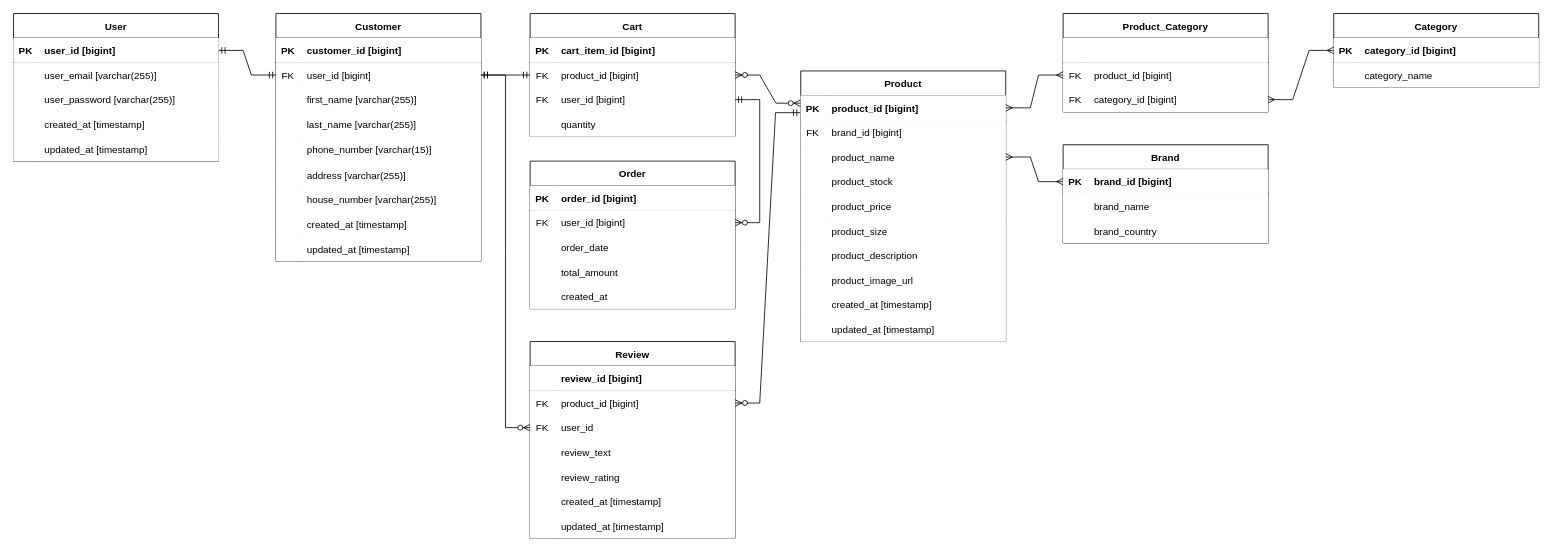
This is docs/Lumina_ERD.drawio from nicholasreinaldo/LuminaEcommerce, a draw.io file, before an edit. Source tidied: cells renumbered, new cells numbered last; positions are measured from the earlier drawing's top-left corner, leaving out a move shared by most shapes. Both pictures are drawn from the tidied source at 82%, with x=0, y=0 at pixel (13, 13).
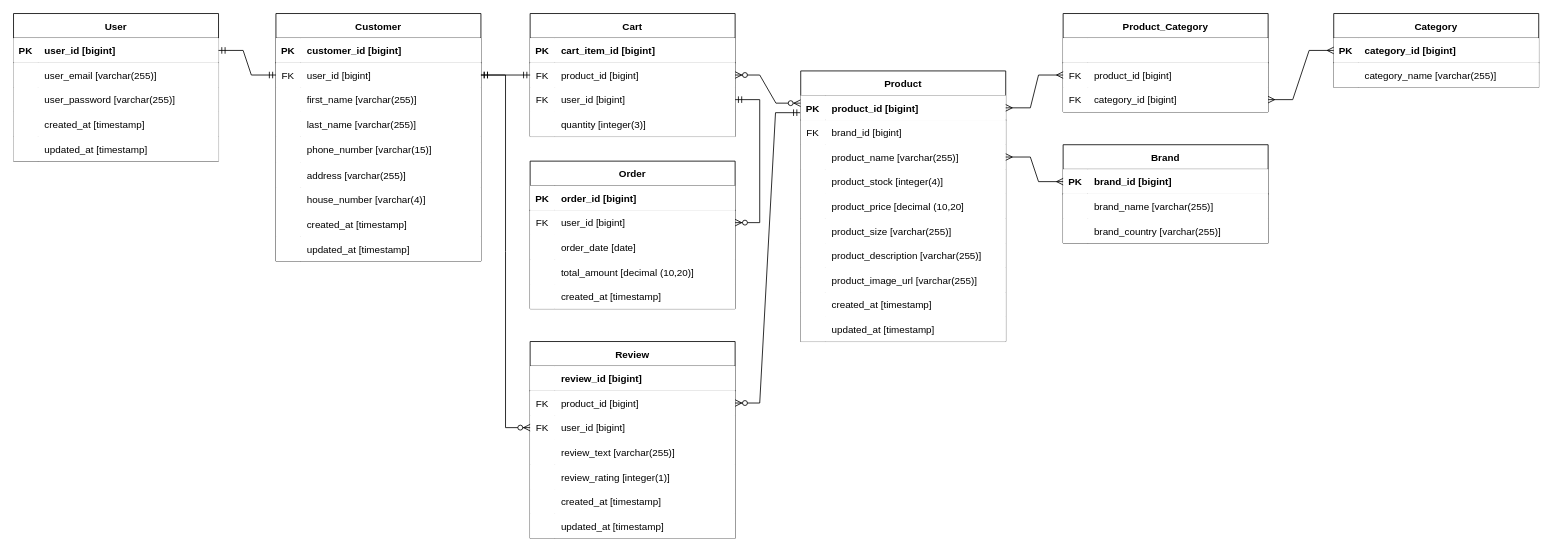
After the change.

The change refers to these unchanged cells:
```xml
<mxCell id="21" style="shape=partialRectangle;fillColor=#FFFFFF;top=0;left=0;right=0;bottom=0;" parent="2" vertex="1">
  <mxGeometry y="212" width="250" height="30" as="geometry" />
</mxCell>
<mxCell id="37" style="shape=partialRectangle;fillColor=#FFFFFF;points=[[0,0.5],[1,0.5]];portConstraint=eastwest;top=0;left=0;right=0;bottom=0;" parent="30" vertex="1">
  <mxGeometry y="90" width="250" height="30" as="geometry" />
</mxCell>
<mxCell id="40" style="shape=partialRectangle;fillColor=#FFFFFF;top=0;left=0;right=0;bottom=0;" parent="30" vertex="1">
  <mxGeometry y="120" width="250" height="30" as="geometry" />
</mxCell>
<mxCell id="43" style="shape=partialRectangle;fillColor=#FFFFFF;top=0;left=0;right=0;bottom=0;" parent="30" vertex="1">
  <mxGeometry y="150" width="250" height="30" as="geometry" />
</mxCell>
<mxCell id="46" style="shape=partialRectangle;fillColor=#FFFFFF;top=0;left=0;right=0;bottom=0;" parent="30" vertex="1">
  <mxGeometry y="180" width="250" height="30" as="geometry" />
</mxCell>
<mxCell id="49" style="shape=partialRectangle;fillColor=#FFFFFF;top=0;left=0;right=0;bottom=0;" parent="30" vertex="1">
  <mxGeometry y="210" width="250" height="30" as="geometry" />
</mxCell>
<mxCell id="52" style="shape=partialRectangle;fillColor=#FFFFFF;top=0;left=0;right=0;bottom=0;" parent="30" vertex="1">
  <mxGeometry y="240" width="250" height="30" as="geometry" />
</mxCell>
<mxCell id="82" style="shape=partialRectangle;fillColor=#FFFFFF;top=0;left=0;right=0;bottom=0;" parent="78" vertex="1">
  <mxGeometry y="60" width="250" height="30" as="geometry" />
</mxCell>
<mxCell id="104" style="shape=partialRectangle;fillColor=#FFFFFF;points=[[0,0.5],[1,0.5]];portConstraint=eastwest;top=0;left=0;right=0;bottom=0;" parent="97" vertex="1">
  <mxGeometry y="90" width="250" height="30" as="geometry" />
</mxCell>
<mxCell id="107" style="shape=partialRectangle;fillColor=#FFFFFF;top=0;left=0;right=0;bottom=0;" parent="97" vertex="1">
  <mxGeometry y="120" width="250" height="30" as="geometry" />
</mxCell>
<mxCell id="110" style="shape=partialRectangle;fillColor=#FFFFFF;top=0;left=0;right=0;bottom=0;" parent="97" vertex="1">
  <mxGeometry y="150" width="250" height="30" as="geometry" />
</mxCell>
<mxCell id="123" style="shape=partialRectangle;fillColor=#FFFFFF;top=0;left=0;right=0;bottom=0;" parent="119" vertex="1">
  <mxGeometry y="60" width="250" height="30" as="geometry" />
</mxCell>
<mxCell id="126" style="shape=partialRectangle;fillColor=#FFFFFF;top=0;left=0;right=0;bottom=0;" parent="119" vertex="1">
  <mxGeometry y="90" width="250" height="30" as="geometry" />
</mxCell>
<mxCell id="139" style="shape=partialRectangle;fillColor=#FFFFFF;top=0;left=0;right=0;bottom=0;" parent="129" vertex="1">
  <mxGeometry y="120" width="250" height="30" as="geometry" />
</mxCell>
<mxCell id="149" style="shape=partialRectangle;fillColor=#FFFFFF;top=0;left=0;right=0;bottom=0;" parent="142" vertex="1">
  <mxGeometry y="90" width="250" height="30" as="geometry" />
</mxCell>
<mxCell id="152" style="shape=partialRectangle;fillColor=#FFFFFF;top=0;left=0;right=0;bottom=0;" parent="142" vertex="1">
  <mxGeometry y="120" width="250" height="30" as="geometry" />
</mxCell>
<mxCell id="155" style="shape=partialRectangle;fillColor=#FFFFFF;top=0;left=0;right=0;bottom=0;" parent="142" vertex="1">
  <mxGeometry y="150" width="250" height="30" as="geometry" />
</mxCell>
```

Diff of the diagram source:
```diff
@@
-    <mxCell id="23" value="house_number [varchar(255)]" style="shape=partialRectangle;overflow=hidden;fillColor=#FFFFFF;top=0;left=0;bottom=0;right=0;align=left;spacingLeft=6;" parent="21" vertex="1">
+    <mxCell id="23" value="house_number [varchar(4)]" style="shape=partialRectangle;overflow=hidden;fillColor=#FFFFFF;top=0;left=0;bottom=0;right=0;align=left;spacingLeft=6;" parent="21" vertex="1">
       <mxGeometry x="30" width="220" height="30" as="geometry" />
     </mxCell>
@@
-    <mxCell id="39" value="product_name" style="shape=partialRectangle;overflow=hidden;fillColor=#FFFFFF;top=0;left=0;bottom=0;right=0;align=left;spacingLeft=6;" parent="37" vertex="1">
+    <mxCell id="39" value="product_name [varchar(255)]" style="shape=partialRectangle;overflow=hidden;fillColor=#FFFFFF;top=0;left=0;bottom=0;right=0;align=left;spacingLeft=6;" parent="37" vertex="1">
       <mxGeometry x="30" width="220" height="30" as="geometry" />
     </mxCell>
@@
-    <mxCell id="42" value="product_stock" style="shape=partialRectangle;overflow=hidden;fillColor=#FFFFFF;top=0;left=0;bottom=0;right=0;align=left;spacingLeft=6;" parent="40" vertex="1">
+    <mxCell id="42" value="product_stock [integer(4)]" style="shape=partialRectangle;overflow=hidden;fillColor=#FFFFFF;top=0;left=0;bottom=0;right=0;align=left;spacingLeft=6;" parent="40" vertex="1">
       <mxGeometry x="30" width="220" height="30" as="geometry" />
     </mxCell>
@@
-    <mxCell id="45" value="product_price" style="shape=partialRectangle;overflow=hidden;fillColor=#FFFFFF;top=0;left=0;bottom=0;right=0;align=left;spacingLeft=6;" parent="43" vertex="1">
+    <mxCell id="45" value="product_price [decimal (10,20]" style="shape=partialRectangle;overflow=hidden;fillColor=#FFFFFF;top=0;left=0;bottom=0;right=0;align=left;spacingLeft=6;" parent="43" vertex="1">
       <mxGeometry x="30" width="220" height="30" as="geometry" />
     </mxCell>
@@
-    <mxCell id="48" value="product_size" style="shape=partialRectangle;overflow=hidden;fillColor=#FFFFFF;top=0;left=0;bottom=0;right=0;align=left;spacingLeft=6;" parent="46" vertex="1">
+    <mxCell id="48" value="product_size [varchar(255)]" style="shape=partialRectangle;overflow=hidden;fillColor=#FFFFFF;top=0;left=0;bottom=0;right=0;align=left;spacingLeft=6;" parent="46" vertex="1">
       <mxGeometry x="30" width="220" height="30" as="geometry" />
     </mxCell>
@@
-    <mxCell id="51" value="product_description" style="shape=partialRectangle;overflow=hidden;fillColor=#FFFFFF;top=0;left=0;bottom=0;right=0;align=left;spacingLeft=6;" parent="49" vertex="1">
+    <mxCell id="51" value="product_description [varchar(255)]" style="shape=partialRectangle;overflow=hidden;fillColor=#FFFFFF;top=0;left=0;bottom=0;right=0;align=left;spacingLeft=6;" parent="49" vertex="1">
       <mxGeometry x="30" width="220" height="30" as="geometry" />
     </mxCell>
@@
-    <mxCell id="54" value="product_image_url" style="shape=partialRectangle;overflow=hidden;fillColor=#FFFFFF;top=0;left=0;bottom=0;right=0;align=left;spacingLeft=6;" parent="52" vertex="1">
+    <mxCell id="54" value="product_image_url [varchar(255)]" style="shape=partialRectangle;overflow=hidden;fillColor=#FFFFFF;top=0;left=0;bottom=0;right=0;align=left;spacingLeft=6;" parent="52" vertex="1">
       <mxGeometry x="30" width="220" height="30" as="geometry" />
     </mxCell>
@@
-    <mxCell id="84" value="category_name" style="shape=partialRectangle;overflow=hidden;fillColor=#FFFFFF;top=0;left=0;bottom=0;right=0;align=left;spacingLeft=6;" parent="82" vertex="1">
+    <mxCell id="84" value="category_name [varchar(255)]" style="shape=partialRectangle;overflow=hidden;fillColor=#FFFFFF;top=0;left=0;bottom=0;right=0;align=left;spacingLeft=6;" parent="82" vertex="1">
       <mxGeometry x="30" width="220" height="30" as="geometry" />
     </mxCell>
@@
-    <mxCell id="106" value="user_id" style="shape=partialRectangle;overflow=hidden;fillColor=#FFFFFF;top=0;left=0;bottom=0;right=0;align=left;spacingLeft=6;" parent="104" vertex="1">
+    <mxCell id="106" value="user_id [bigint]" style="shape=partialRectangle;overflow=hidden;fillColor=#FFFFFF;top=0;left=0;bottom=0;right=0;align=left;spacingLeft=6;" parent="104" vertex="1">
       <mxGeometry x="30" width="220" height="30" as="geometry" />
     </mxCell>
@@
-    <mxCell id="109" value="review_text" style="shape=partialRectangle;overflow=hidden;fillColor=#FFFFFF;top=0;left=0;bottom=0;right=0;align=left;spacingLeft=6;" parent="107" vertex="1">
+    <mxCell id="109" value="review_text [varchar(255)]" style="shape=partialRectangle;overflow=hidden;fillColor=#FFFFFF;top=0;left=0;bottom=0;right=0;align=left;spacingLeft=6;" parent="107" vertex="1">
       <mxGeometry x="30" width="220" height="30" as="geometry" />
     </mxCell>
@@
-    <mxCell id="112" value="review_rating" style="shape=partialRectangle;overflow=hidden;fillColor=#FFFFFF;top=0;left=0;bottom=0;right=0;align=left;spacingLeft=6;" parent="110" vertex="1">
+    <mxCell id="112" value="review_rating [integer(1)]" style="shape=partialRectangle;overflow=hidden;fillColor=#FFFFFF;top=0;left=0;bottom=0;right=0;align=left;spacingLeft=6;" parent="110" vertex="1">
       <mxGeometry x="30" width="220" height="30" as="geometry" />
     </mxCell>
@@
-    <mxCell id="125" value="brand_name" style="shape=partialRectangle;overflow=hidden;fillColor=#FFFFFF;top=0;left=0;bottom=0;right=0;align=left;spacingLeft=6;" parent="123" vertex="1">
+    <mxCell id="125" value="brand_name [varchar(255)] " style="shape=partialRectangle;overflow=hidden;fillColor=#FFFFFF;top=0;left=0;bottom=0;right=0;align=left;spacingLeft=6;" parent="123" vertex="1">
       <mxGeometry x="30" width="220" height="30" as="geometry" />
     </mxCell>
@@
-    <mxCell id="128" value="brand_country" style="shape=partialRectangle;overflow=hidden;fillColor=#FFFFFF;top=0;left=0;bottom=0;right=0;align=left;spacingLeft=6;" parent="126" vertex="1">
+    <mxCell id="128" value="brand_country [varchar(255)]" style="shape=partialRectangle;overflow=hidden;fillColor=#FFFFFF;top=0;left=0;bottom=0;right=0;align=left;spacingLeft=6;" parent="126" vertex="1">
       <mxGeometry x="30" width="220" height="30" as="geometry" />
     </mxCell>
@@
-    <mxCell id="141" value="quantity" style="shape=partialRectangle;overflow=hidden;fillColor=#FFFFFF;top=0;left=0;bottom=0;right=0;align=left;spacingLeft=6;" parent="139" vertex="1">
+    <mxCell id="141" value="quantity [integer(3)]" style="shape=partialRectangle;overflow=hidden;fillColor=#FFFFFF;top=0;left=0;bottom=0;right=0;align=left;spacingLeft=6;" parent="139" vertex="1">
       <mxGeometry x="30" width="220" height="30" as="geometry" />
     </mxCell>
@@
-    <mxCell id="151" value="order_date" style="shape=partialRectangle;overflow=hidden;fillColor=#FFFFFF;top=0;left=0;bottom=0;right=0;align=left;spacingLeft=6;" parent="149" vertex="1">
+    <mxCell id="151" value="order_date [date]" style="shape=partialRectangle;overflow=hidden;fillColor=#FFFFFF;top=0;left=0;bottom=0;right=0;align=left;spacingLeft=6;" parent="149" vertex="1">
       <mxGeometry x="30" width="220" height="30" as="geometry" />
     </mxCell>
@@
-    <mxCell id="154" value="total_amount" style="shape=partialRectangle;overflow=hidden;fillColor=#FFFFFF;top=0;left=0;bottom=0;right=0;align=left;spacingLeft=6;" parent="152" vertex="1">
+    <mxCell id="154" value="total_amount [decimal (10,20)]" style="shape=partialRectangle;overflow=hidden;fillColor=#FFFFFF;top=0;left=0;bottom=0;right=0;align=left;spacingLeft=6;" parent="152" vertex="1">
       <mxGeometry x="30" width="220" height="30" as="geometry" />
     </mxCell>
@@
-    <mxCell id="157" value="created_at" style="shape=partialRectangle;overflow=hidden;fillColor=#FFFFFF;top=0;left=0;bottom=0;right=0;align=left;spacingLeft=6;" parent="155" vertex="1">
+    <mxCell id="157" value="created_at [timestamp]" style="shape=partialRectangle;overflow=hidden;fillColor=#FFFFFF;top=0;left=0;bottom=0;right=0;align=left;spacingLeft=6;" parent="155" vertex="1">
       <mxGeometry x="30" width="220" height="30" as="geometry" />
     </mxCell>
```
